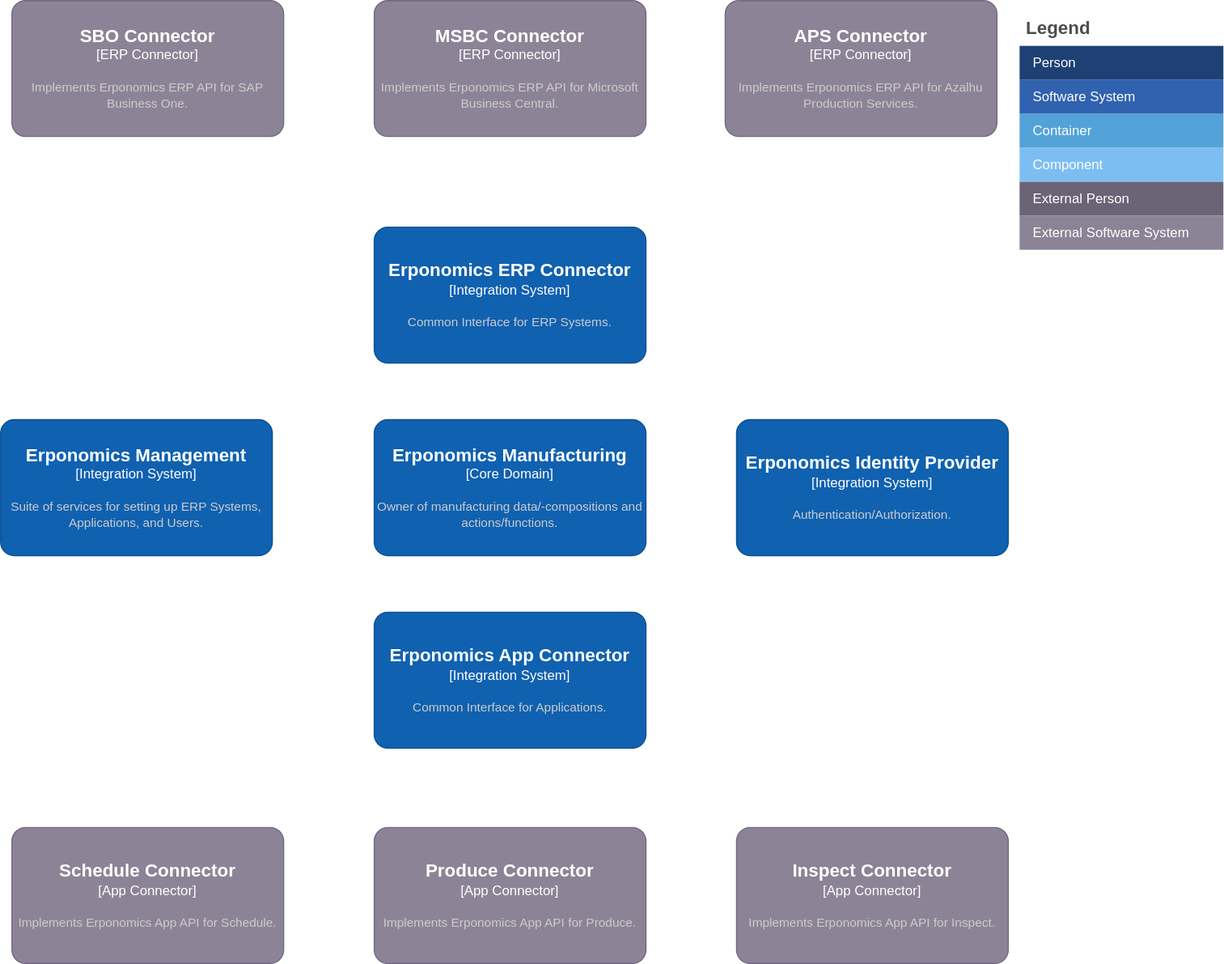
Before: diagrams/erponomics-architecture.drawio.svg, a diagram exported from draw.io (azalhu/erponomics). Source tidied: cells renumbered, new cells last; positions are measured from the earlier drawing's top-left corner, leaving out a move shared by most shapes.
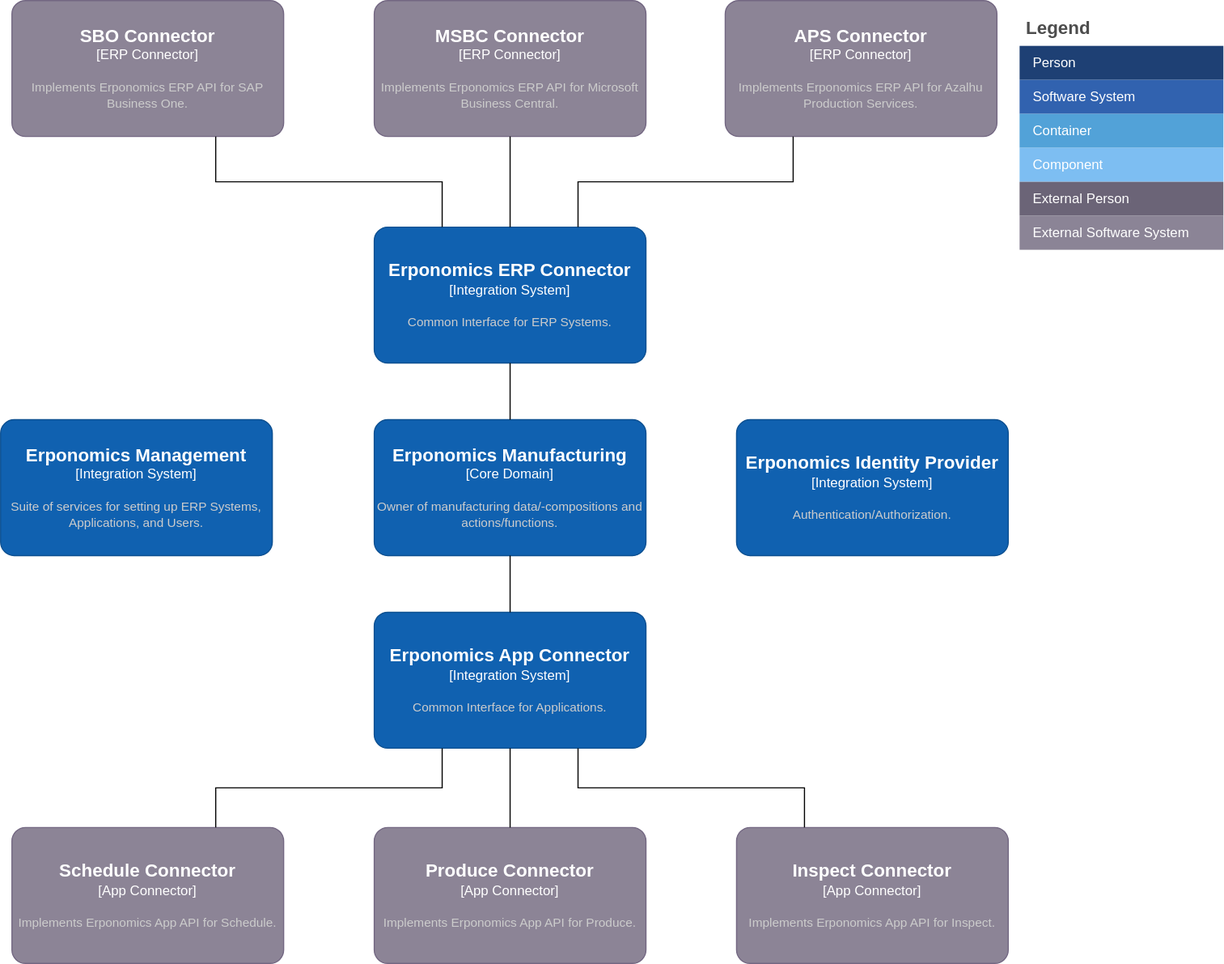
Above is the later version.

The edit, as a diff of the source:
```diff
@@ -96,5 +96,29 @@
         <mxGeometry x="650" y="730" width="240" height="120" as="geometry" />
       </mxCell>
     </object>
+    <mxCell id="26" style="edgeStyle=orthogonalEdgeStyle;rounded=0;jettySize=auto;html=1;exitX=0.75;exitY=1;exitDx=0;exitDy=0;exitPerimeter=0;entryX=0.25;entryY=0;entryDx=0;entryDy=0;entryPerimeter=0;endArrow=none;endFill=0;" parent="1" edge="1" source="17" target="25">
+      <mxGeometry relative="1" as="geometry" />
+    </mxCell>
+    <mxCell id="27" style="edgeStyle=orthogonalEdgeStyle;rounded=0;jettySize=auto;html=1;exitX=0.25;exitY=1;exitDx=0;exitDy=0;exitPerimeter=0;entryX=0.75;entryY=0;entryDx=0;entryDy=0;entryPerimeter=0;endArrow=none;endFill=0;" parent="1" edge="1" source="17" target="23">
+      <mxGeometry relative="1" as="geometry" />
+    </mxCell>
+    <mxCell id="28" style="edgeStyle=orthogonalEdgeStyle;rounded=0;jettySize=auto;html=1;exitX=0.5;exitY=1;exitDx=0;exitDy=0;exitPerimeter=0;entryX=0.5;entryY=0;entryDx=0;entryDy=0;entryPerimeter=0;endArrow=none;endFill=0;" parent="1" edge="1" source="17" target="24">
+      <mxGeometry relative="1" as="geometry" />
+    </mxCell>
+    <mxCell id="29" style="edgeStyle=orthogonalEdgeStyle;rounded=0;jettySize=auto;html=1;exitX=0.25;exitY=0;exitDx=0;exitDy=0;exitPerimeter=0;entryX=0.75;entryY=1;entryDx=0;entryDy=0;entryPerimeter=0;startArrow=none;startFill=0;endArrow=none;endFill=0;" parent="1" edge="1" source="16" target="20">
+      <mxGeometry relative="1" as="geometry" />
+    </mxCell>
+    <mxCell id="30" style="edgeStyle=orthogonalEdgeStyle;rounded=0;jettySize=auto;html=1;exitX=0.5;exitY=0;exitDx=0;exitDy=0;exitPerimeter=0;entryX=0.5;entryY=1;entryDx=0;entryDy=0;entryPerimeter=0;endArrow=none;endFill=0;" parent="1" edge="1" source="16" target="21">
+      <mxGeometry relative="1" as="geometry" />
+    </mxCell>
+    <mxCell id="31" style="edgeStyle=orthogonalEdgeStyle;rounded=0;jettySize=auto;html=1;exitX=0.75;exitY=0;exitDx=0;exitDy=0;exitPerimeter=0;entryX=0.25;entryY=1;entryDx=0;entryDy=0;entryPerimeter=0;endArrow=none;endFill=0;" parent="1" edge="1" source="16" target="22">
+      <mxGeometry relative="1" as="geometry" />
+    </mxCell>
+    <mxCell id="32" style="edgeStyle=orthogonalEdgeStyle;rounded=0;jettySize=auto;html=1;exitX=0.5;exitY=0;exitDx=0;exitDy=0;exitPerimeter=0;entryX=0.5;entryY=1;entryDx=0;entryDy=0;entryPerimeter=0;endArrow=none;endFill=0;" parent="1" edge="1" source="15" target="16">
+      <mxGeometry relative="1" as="geometry" />
+    </mxCell>
+    <mxCell id="33" style="edgeStyle=orthogonalEdgeStyle;rounded=0;jettySize=auto;html=1;exitX=0.5;exitY=1;exitDx=0;exitDy=0;exitPerimeter=0;entryX=0.5;entryY=0;entryDx=0;entryDy=0;entryPerimeter=0;endArrow=none;endFill=0;" parent="1" edge="1" source="15" target="17">
+      <mxGeometry relative="1" as="geometry" />
+    </mxCell>
   </root>
 </mxGraphModel>
```
